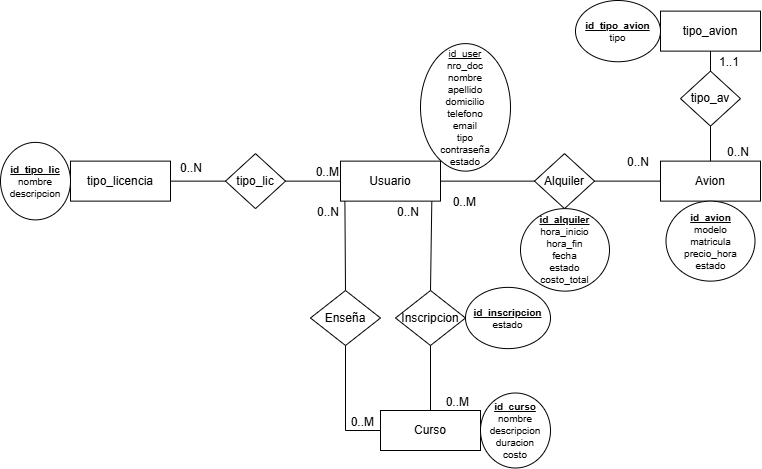
lautarokalkov-lab/Aeroclub_Java_TP keeps this draw.io diagram as Aeroclub.png. Above is the earlier version. Source tidied: cells renumbered, new cells last; positions are measured from the earlier drawing's top-left corner, leaving out a move shared by most shapes.
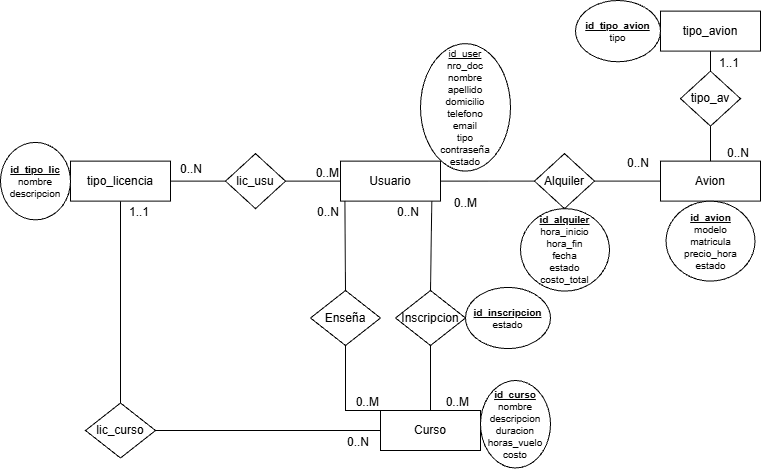
After the commit.

Change to the diagram source:
```diff
@@ -8,6 +8,9 @@
     <mxCell id="3" value="Usuario" style="whiteSpace=wrap;html=1;align=center;" parent="1" vertex="1">
       <mxGeometry x="340" y="160.6" width="100" height="40" as="geometry" />
     </mxCell>
+    <mxCell id="39" style="edgeStyle=orthogonalEdgeStyle;rounded=0;jettySize=auto;html=1;exitX=0;exitY=0.5;exitDx=0;exitDy=0;entryX=1;entryY=0.5;entryDx=0;entryDy=0;endArrow=none;endFill=0;" parent="1" edge="1" source="4" target="41">
+      <mxGeometry relative="1" as="geometry" />
+    </mxCell>
     <mxCell id="4" value="Curso" style="whiteSpace=wrap;html=1;align=center;" parent="1" vertex="1">
       <mxGeometry x="380" y="410" width="100" height="40" as="geometry" />
     </mxCell>
@@ -44,10 +47,10 @@
     <mxCell id="15" value="Enseña" style="shape=rhombus;perimeter=rhombusPerimeter;whiteSpace=wrap;html=1;align=center;" parent="1" vertex="1">
       <mxGeometry x="310" y="290" width="70" height="55" as="geometry" />
     </mxCell>
-    <mxCell id="16" style="endArrow=none;html=1;rounded=0;exitX=0.5;exitY=1;exitDx=0;exitDy=0;entryX=0;entryY=0.5;entryDx=0;entryDy=0;" parent="1" edge="1" source="15" target="4">
+    <mxCell id="16" style="endArrow=none;html=1;rounded=0;exitX=0.5;exitY=1;exitDx=0;exitDy=0;entryX=0;entryY=0;entryDx=0;entryDy=0;" parent="1" edge="1" source="15" target="4">
       <mxGeometry relative="1" as="geometry">
         <Array as="points">
-          <mxPoint x="345" y="430" />
+          <mxPoint x="345" y="410" />
         </Array>
       </mxGeometry>
     </mxCell>
@@ -58,15 +61,18 @@
       <mxGeometry x="340" y="220" as="geometry" />
     </mxCell>
     <mxCell id="19" value="0..M" style="html=1;whiteSpace=wrap;align=right;verticalAlign=bottom;" parent="1" vertex="1">
-      <mxGeometry x="375" y="430" as="geometry" />
+      <mxGeometry x="380" y="410" as="geometry" />
     </mxCell>
     <mxCell id="20" value="&lt;u&gt;id_user&lt;/u&gt;&lt;div&gt;&lt;span style=&quot;background-color: transparent; color: light-dark(rgb(0, 0, 0), rgb(255, 255, 255));&quot;&gt;nro_doc&lt;/span&gt;&lt;/div&gt;&lt;div&gt;nombre&lt;/div&gt;&lt;div&gt;apellido&lt;/div&gt;&lt;div&gt;domicilio&lt;/div&gt;&lt;div&gt;telefono&lt;/div&gt;&lt;div&gt;email&lt;/div&gt;&lt;div&gt;tipo&lt;/div&gt;&lt;div&gt;contraseña&lt;/div&gt;&lt;div&gt;estado&lt;/div&gt;" style="ellipse;whiteSpace=wrap;html=1;align=center;fontFamily=Helvetica;fontSize=10;fontColor=default;labelBackgroundColor=none;fillColor=light-dark(#FFFFFF,#000000);" parent="1" vertex="1">
       <mxGeometry x="420" y="43.1" width="90" height="127.5" as="geometry" />
     </mxCell>
+    <mxCell id="40" style="edgeStyle=orthogonalEdgeStyle;rounded=0;jettySize=auto;html=1;exitX=0.5;exitY=1;exitDx=0;exitDy=0;entryX=0.5;entryY=0;entryDx=0;entryDy=0;endArrow=none;endFill=0;" parent="1" edge="1" source="21" target="41">
+      <mxGeometry relative="1" as="geometry" />
+    </mxCell>
     <mxCell id="21" value="tipo_licencia" style="whiteSpace=wrap;html=1;align=center;" parent="1" vertex="1">
       <mxGeometry x="70" y="160.6" width="100" height="40" as="geometry" />
     </mxCell>
-    <mxCell id="22" value="tipo_lic" style="shape=rhombus;perimeter=rhombusPerimeter;whiteSpace=wrap;html=1;align=center;" parent="1" vertex="1">
+    <mxCell id="22" value="lic_usu" style="shape=rhombus;perimeter=rhombusPerimeter;whiteSpace=wrap;html=1;align=center;" parent="1" vertex="1">
       <mxGeometry x="225" y="153.1" width="60" height="55" as="geometry" />
     </mxCell>
     <mxCell id="23" style="endArrow=none;html=1;rounded=0;exitX=1;exitY=0.5;exitDx=0;exitDy=0;entryX=0;entryY=0.5;entryDx=0;entryDy=0;" parent="1" edge="1" source="21" target="22">
@@ -95,8 +101,8 @@
     <mxCell id="30" value="&lt;b&gt;&lt;u&gt;id_avion&lt;/u&gt;&lt;/b&gt;&lt;div&gt;modelo&lt;b&gt;&lt;u&gt;&lt;br&gt;&lt;/u&gt;&lt;/b&gt;&lt;div&gt;matricula&lt;/div&gt;&lt;/div&gt;&lt;div&gt;precio_hora&lt;/div&gt;&lt;div&gt;estado&lt;/div&gt;" style="ellipse;whiteSpace=wrap;html=1;align=center;fontFamily=Helvetica;fontSize=10;fontColor=default;labelBackgroundColor=none;fillColor=light-dark(#FFFFFF,#000000);" parent="1" vertex="1">
       <mxGeometry x="665.5" y="200.6" width="89" height="80" as="geometry" />
     </mxCell>
-    <mxCell id="31" value="&lt;b&gt;&lt;u&gt;id_curso&lt;/u&gt;&lt;/b&gt;&lt;div&gt;nombre&lt;/div&gt;&lt;div&gt;descripcion&lt;/div&gt;&lt;div&gt;duracion&lt;/div&gt;&lt;div&gt;costo&lt;/div&gt;" style="ellipse;whiteSpace=wrap;html=1;align=center;fontFamily=Helvetica;fontSize=10;fontColor=default;labelBackgroundColor=none;fillColor=light-dark(#FFFFFF,#000000);" parent="1" vertex="1">
-      <mxGeometry x="480" y="392.5" width="70" height="75" as="geometry" />
+    <mxCell id="31" value="&lt;b&gt;&lt;u&gt;id_curso&lt;/u&gt;&lt;/b&gt;&lt;div&gt;nombre&lt;/div&gt;&lt;div&gt;descripcion&lt;/div&gt;&lt;div&gt;duracion&lt;/div&gt;&lt;div&gt;horas_vuelo&lt;/div&gt;&lt;div&gt;costo&lt;/div&gt;" style="ellipse;whiteSpace=wrap;html=1;align=center;fontFamily=Helvetica;fontSize=10;fontColor=default;labelBackgroundColor=none;fillColor=light-dark(#FFFFFF,#000000);" parent="1" vertex="1">
+      <mxGeometry x="480" y="380" width="70" height="87.5" as="geometry" />
     </mxCell>
     <mxCell id="32" value="tipo_avion" style="whiteSpace=wrap;html=1;align=center;" parent="1" vertex="1">
       <mxGeometry x="660" y="10.6" width="100" height="40" as="geometry" />
@@ -119,5 +125,14 @@
     <mxCell id="38" value="1..1" style="html=1;whiteSpace=wrap;align=right;verticalAlign=bottom;" parent="1" vertex="1">
       <mxGeometry x="740" y="70.6" as="geometry" />
     </mxCell>
+    <mxCell id="41" value="lic_curso" style="shape=rhombus;perimeter=rhombusPerimeter;whiteSpace=wrap;html=1;align=center;" parent="1" vertex="1">
+      <mxGeometry x="85" y="402.5" width="70" height="55" as="geometry" />
+    </mxCell>
+    <mxCell id="42" value="0..N" style="html=1;whiteSpace=wrap;align=right;verticalAlign=bottom;" parent="1" vertex="1">
+      <mxGeometry x="370" y="450" as="geometry" />
+    </mxCell>
+    <mxCell id="43" value="1..1" style="html=1;whiteSpace=wrap;align=right;verticalAlign=bottom;" parent="1" vertex="1">
+      <mxGeometry x="150" y="220" as="geometry" />
+    </mxCell>
   </root>
 </mxGraphModel>
```
